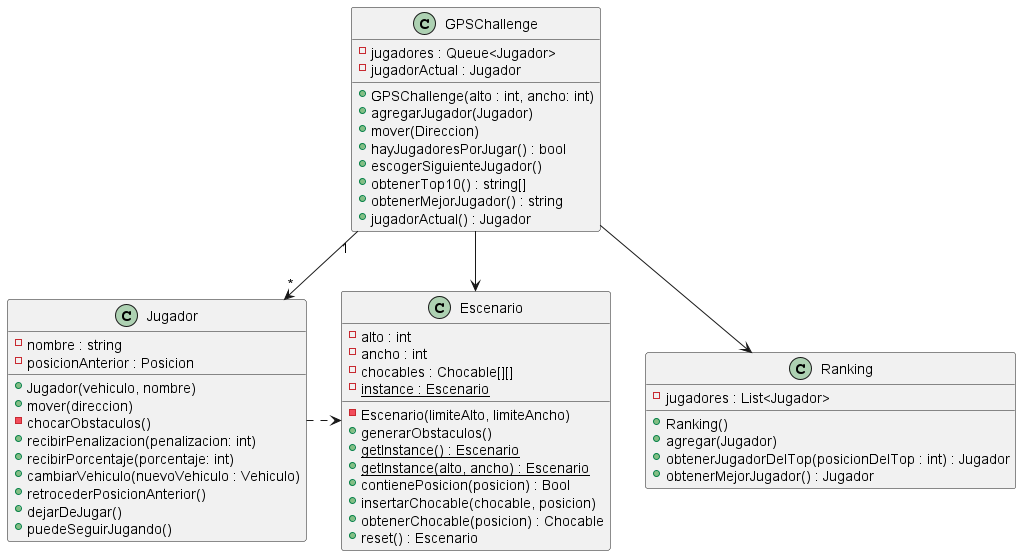
Above: diagrams/classes/diagrama_GPSChallenge.png in NestorPala/T17-GPSChallenge (PlantUML), before the change. Its source is kept beside it as diagrams/classes/diagrama_GPSChallenge.puml. The source it was exported from:
```plantuml
@startuml

class GPSChallenge {
    - jugadores : Queue<Jugador>
    - jugadorActual : Jugador
    + GPSChallenge(alto : int, ancho: int)
    + agregarJugador(Jugador)
    + mover(Direccion)
    + hayJugadoresPorJugar() : bool
    + escogerSiguienteJugador()
    + obtenerTop10() : string[]
    + obtenerMejorJugador() : string
    + jugadorActual() : Jugador
}

class Ranking {
    - jugadores : List<Jugador>
    + Ranking()
    + agregar(Jugador)
    + obtenerJugadorDelTop(posicionDelTop : int) : Jugador
    + obtenerMejorJugador() : Jugador
}

class Escenario {
    - alto : int
    - ancho : int
    - chocables : Chocable[][]
    - {static} instance : Escenario
    - Escenario(limiteAlto, limiteAncho)
    + generarObstaculos()
    + {static} getInstance() : Escenario
    + {static} getInstance(alto, ancho) : Escenario
    + contienePosicion(posicion) : Bool
    + insertarChocable(chocable, posicion)
    + obtenerChocable(posicion) : Chocable
    + reset() : Escenario
}

class Jugador {
    - nombre : string
    - posicionAnterior : Posicion
    + Jugador(vehiculo, nombre)
    + mover(direccion)
    - chocarObstaculos()
    + recibirPenalizacion(penalizacion: int)
    + recibirPorcentaje(porcentaje: int)
    + cambiarVehiculo(nuevoVehiculo : Vehiculo)
    + retrocederPosicionAnterior()
    + dejarDeJugar()
    + puedeSeguirJugando()
}

GPSChallenge --> Ranking
GPSChallenge "1" --> "*" Jugador
GPSChallenge --> Escenario
Jugador .> Escenario

@enduml
```
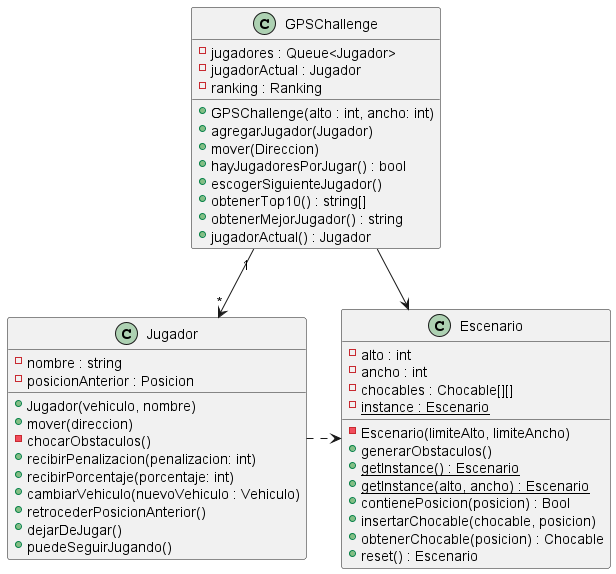
After the change.

Commit message:
modifico diagramas de clases (GPSChallenge)

Change to the diagram source:
```diff
@@ -3,6 +3,7 @@
 class GPSChallenge {
     - jugadores : Queue<Jugador>
     - jugadorActual : Jugador
+    - ranking : Ranking
     + GPSChallenge(alto : int, ancho: int)
     + agregarJugador(Jugador)
     + mover(Direccion)
@@ -11,14 +12,6 @@
     + obtenerTop10() : string[]
     + obtenerMejorJugador() : string
     + jugadorActual() : Jugador
-}
-
-class Ranking {
-    - jugadores : List<Jugador>
-    + Ranking()
-    + agregar(Jugador)
-    + obtenerJugadorDelTop(posicionDelTop : int) : Jugador
-    + obtenerMejorJugador() : Jugador
 }
 
 class Escenario {
@@ -50,7 +43,6 @@
     + puedeSeguirJugando()
 }
 
-GPSChallenge --> Ranking
 GPSChallenge "1" --> "*" Jugador
 GPSChallenge --> Escenario
 Jugador .> Escenario
```
